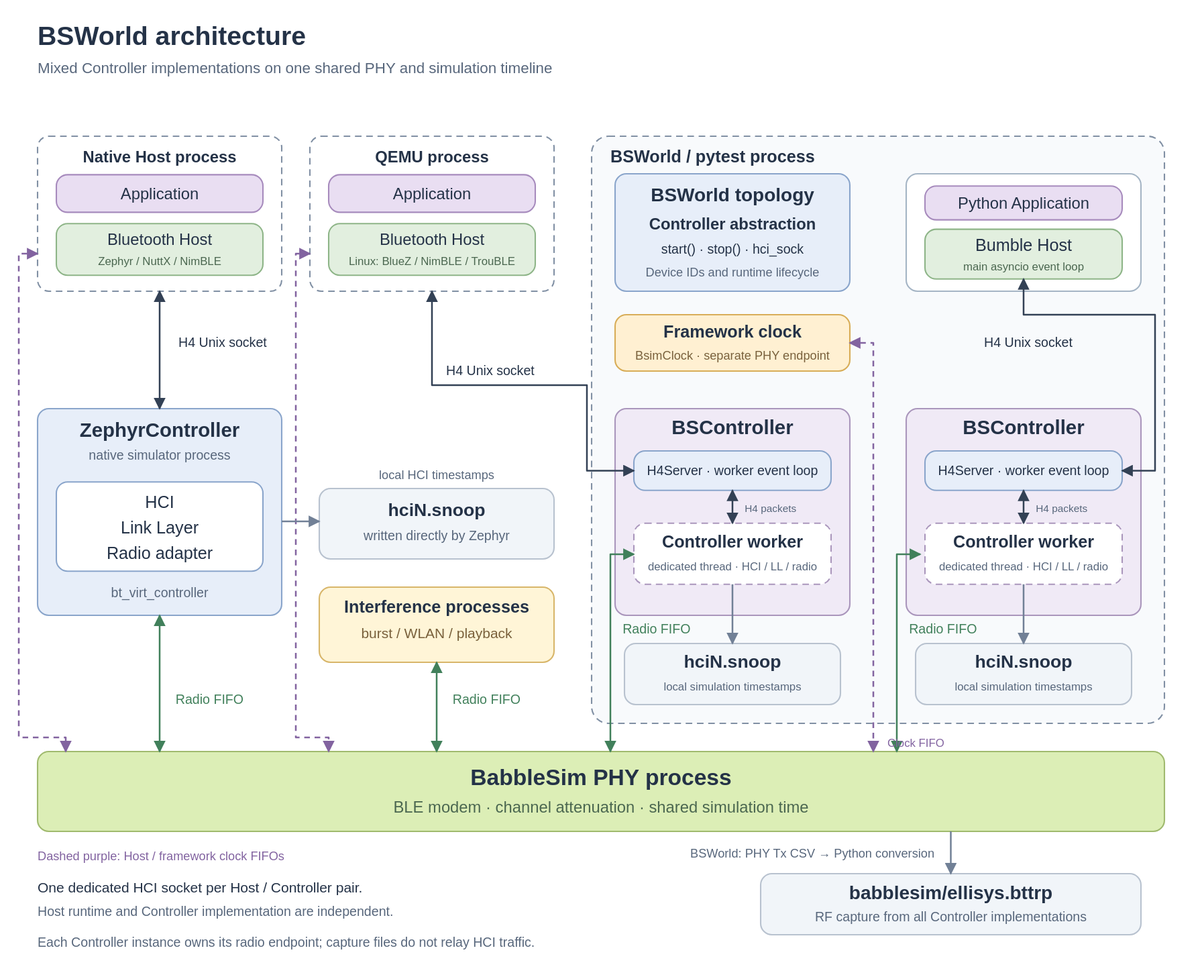
LingaoM/bsworld keeps this draw.io diagram as docs/images/babblesim_arch.svg. Above is the earlier version. Source tidied: cells renumbered, new cells last; positions are measured from the earlier drawing's top-left corner, leaving out a move shared by most shapes.
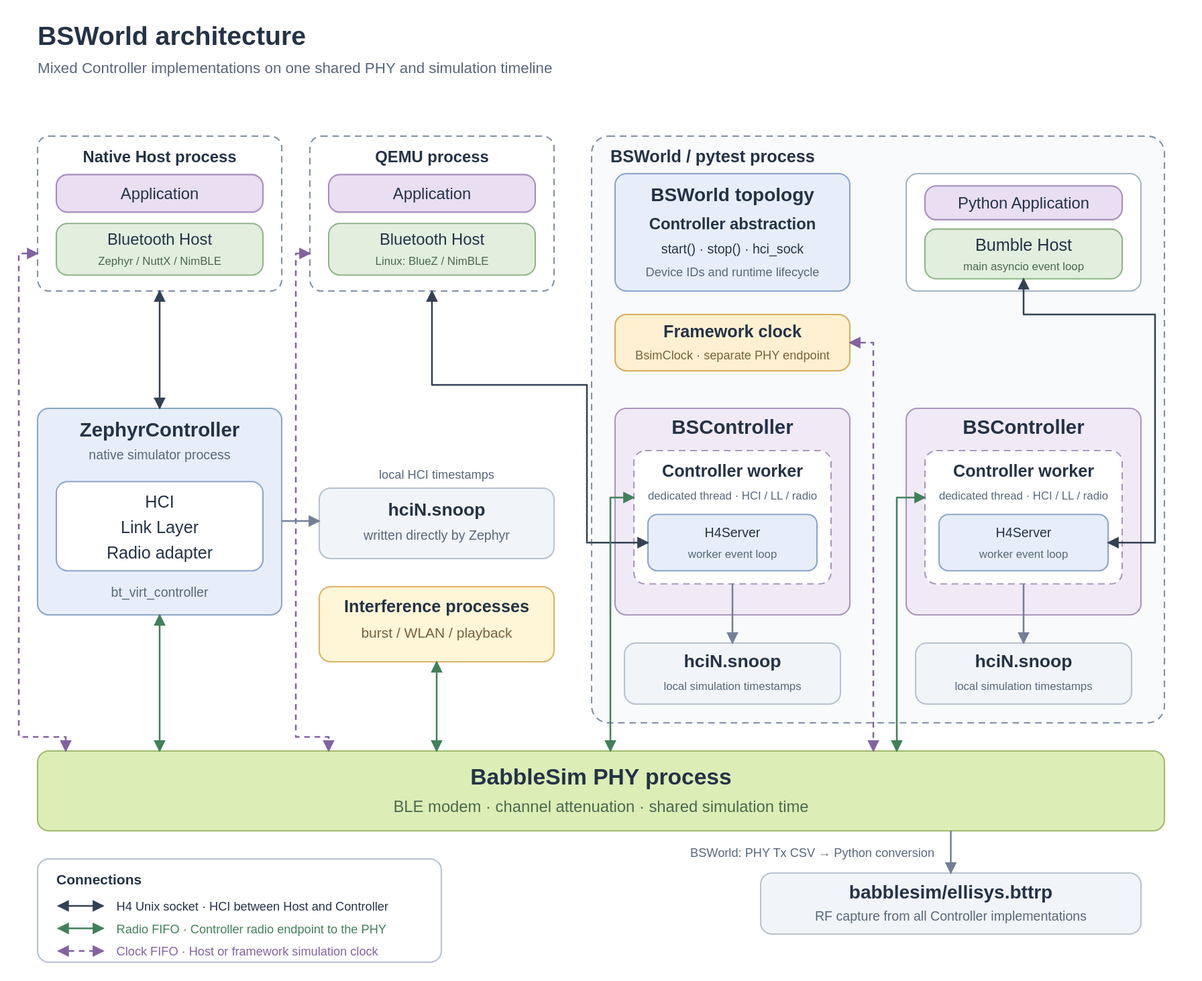
The same file after the commit.

What changed in the source:
```diff
@@ -3,7 +3,7 @@
     <mxCell id="0" />
     <mxCell id="1" parent="0" />
     <mxCell id="2" style="rounded=1;arcSize=12;whiteSpace=wrap;html=1;fillColor=#ffffff;strokeColor=none;strokeWidth=1.5;dashed=0;" parent="1" vertex="1">
-      <mxGeometry width="1280" height="1040" as="geometry" />
+      <mxGeometry width="1280" height="1045" as="geometry" />
     </mxCell>
     <mxCell id="3" value="BSWorld architecture" style="text;html=1;strokeColor=none;fillColor=none;align=left;verticalAlign=middle;fontFamily=Arial;fontSize=28;fontColor=#243247;fontStyle=1;" parent="1" vertex="1">
       <mxGeometry x="40" y="20" width="324.8" height="33" as="geometry" />
@@ -56,7 +56,7 @@
     <mxCell id="19" value="Bluetooth Host" style="text;html=1;strokeColor=none;fillColor=none;align=center;verticalAlign=middle;fontFamily=Arial;fontSize=17;fontColor=#243247;fontStyle=0;" parent="1" vertex="1">
       <mxGeometry x="391" y="244" width="138" height="22" as="geometry" />
     </mxCell>
-    <mxCell id="20" value="Linux: BlueZ / NimBLE / TrouBLE" style="text;html=1;strokeColor=none;fillColor=none;align=center;verticalAlign=middle;fontFamily=Arial;fontSize=12;fontColor=#4b6750;fontStyle=0;" parent="1" vertex="1">
+    <mxCell id="20" value="Linux: BlueZ / NimBLE" style="text;html=1;strokeColor=none;fillColor=none;align=center;verticalAlign=middle;fontFamily=Arial;fontSize=12;fontColor=#4b6750;fontStyle=0;" parent="1" vertex="1">
       <mxGeometry x="352.1" y="270" width="215.8" height="17" as="geometry" />
     </mxCell>
     <mxCell id="21" style="rounded=1;arcSize=12;whiteSpace=wrap;html=1;fillColor=#e7eef9;strokeColor=#8aa5cb;strokeWidth=1.5;dashed=0;" parent="1" vertex="1">
@@ -131,21 +131,24 @@
     <mxCell id="44" value="BSController" style="text;html=1;strokeColor=none;fillColor=none;align=center;verticalAlign=middle;fontFamily=Arial;fontSize=21;fontColor=#243247;fontStyle=1;" parent="1" vertex="1">
       <mxGeometry x="706.9" y="441" width="146.2" height="26" as="geometry" />
     </mxCell>
-    <mxCell id="45" style="rounded=1;arcSize=12;whiteSpace=wrap;html=1;fillColor=#e7eef9;strokeColor=#8aa5cb;strokeWidth=1.5;dashed=0;" parent="1" vertex="1">
-      <mxGeometry x="675" y="480" width="210" height="42" as="geometry" />
-    </mxCell>
-    <mxCell id="46" value="H4Server · worker event loop" style="text;html=1;strokeColor=none;fillColor=none;align=center;verticalAlign=middle;fontFamily=Arial;fontSize=14;fontColor=#243247;fontStyle=0;" parent="1" vertex="1">
-      <mxGeometry x="674.4" y="492" width="211.1" height="19" as="geometry" />
-    </mxCell>
     <mxCell id="47" style="rounded=1;arcSize=12;whiteSpace=wrap;html=1;fillColor=#ffffff;strokeColor=#aa96bc;strokeWidth=1.5;dashed=1;" parent="1" vertex="1">
-      <mxGeometry x="675" y="557" width="210" height="65" as="geometry" />
+      <mxGeometry x="675" y="480" width="210" height="142" as="geometry" />
     </mxCell>
     <mxCell id="48" value="Controller worker" style="text;html=1;strokeColor=none;fillColor=none;align=center;verticalAlign=middle;fontFamily=Arial;fontSize=18;fontColor=#243247;fontStyle=1;" parent="1" vertex="1">
-      <mxGeometry x="691.3" y="565" width="177.5" height="23" as="geometry" />
+      <mxGeometry x="691.3" y="497" width="177.5" height="23" as="geometry" />
     </mxCell>
     <mxCell id="49" value="dedicated thread · HCI / LL / radio" style="text;html=1;strokeColor=none;fillColor=none;align=center;verticalAlign=middle;fontFamily=Arial;fontSize=12;fontColor=#58677c;fontStyle=0;" parent="1" vertex="1">
-      <mxGeometry x="658.2" y="595" width="243.6" height="17" as="geometry" />
+      <mxGeometry x="658.2" y="521" width="243.6" height="17" as="geometry" />
     </mxCell>
+    <mxCell id="107" style="rounded=1;arcSize=12;whiteSpace=wrap;html=1;fillColor=#e7eef9;strokeColor=#8aa5cb;strokeWidth=1.5;dashed=0;" parent="1" vertex="1">
+      <mxGeometry x="690" y="548" width="180" height="60" as="geometry" />
+    </mxCell>
+    <mxCell id="108" value="H4Server" style="text;html=1;strokeColor=none;fillColor=none;align=center;verticalAlign=middle;fontFamily=Arial;fontSize=14;fontColor=#243247;fontStyle=0;" parent="1" vertex="1">
+      <mxGeometry x="690" y="562" width="180" height="19" as="geometry" />
+    </mxCell>
+    <mxCell id="109" value="worker event loop" style="text;html=1;strokeColor=none;fillColor=none;align=center;verticalAlign=middle;fontFamily=Arial;fontSize=12;fontColor=#58677c;fontStyle=0;" parent="1" vertex="1">
+      <mxGeometry x="690" y="584" width="180" height="17" as="geometry" />
+    </mxCell>
     <mxCell id="50" style="rounded=1;arcSize=12;whiteSpace=wrap;html=1;fillColor=#f1f5f9;strokeColor=#b8c2cf;strokeWidth=1.5;dashed=0;" parent="1" vertex="1">
       <mxGeometry x="665" y="685" width="230" height="65" as="geometry" />
     </mxCell>
@@ -161,21 +164,24 @@
     <mxCell id="54" value="BSController" style="text;html=1;strokeColor=none;fillColor=none;align=center;verticalAlign=middle;fontFamily=Arial;fontSize=21;fontColor=#243247;fontStyle=1;" parent="1" vertex="1">
       <mxGeometry x="1016.9" y="441" width="146.2" height="26" as="geometry" />
     </mxCell>
-    <mxCell id="55" style="rounded=1;arcSize=12;whiteSpace=wrap;html=1;fillColor=#e7eef9;strokeColor=#8aa5cb;strokeWidth=1.5;dashed=0;" parent="1" vertex="1">
-      <mxGeometry x="985" y="480" width="210" height="42" as="geometry" />
-    </mxCell>
-    <mxCell id="56" value="H4Server · worker event loop" style="text;html=1;strokeColor=none;fillColor=none;align=center;verticalAlign=middle;fontFamily=Arial;fontSize=14;fontColor=#243247;fontStyle=0;" parent="1" vertex="1">
-      <mxGeometry x="984.4" y="492" width="211.1" height="19" as="geometry" />
-    </mxCell>
     <mxCell id="57" style="rounded=1;arcSize=12;whiteSpace=wrap;html=1;fillColor=#ffffff;strokeColor=#aa96bc;strokeWidth=1.5;dashed=1;" parent="1" vertex="1">
-      <mxGeometry x="985" y="557" width="210" height="65" as="geometry" />
+      <mxGeometry x="985" y="480" width="210" height="142" as="geometry" />
     </mxCell>
     <mxCell id="58" value="Controller worker" style="text;html=1;strokeColor=none;fillColor=none;align=center;verticalAlign=middle;fontFamily=Arial;fontSize=18;fontColor=#243247;fontStyle=1;" parent="1" vertex="1">
-      <mxGeometry x="1001.3" y="565" width="177.5" height="23" as="geometry" />
+      <mxGeometry x="1001.3" y="497" width="177.5" height="23" as="geometry" />
     </mxCell>
     <mxCell id="59" value="dedicated thread · HCI / LL / radio" style="text;html=1;strokeColor=none;fillColor=none;align=center;verticalAlign=middle;fontFamily=Arial;fontSize=12;fontColor=#58677c;fontStyle=0;" parent="1" vertex="1">
-      <mxGeometry x="968.2" y="595" width="243.6" height="17" as="geometry" />
+      <mxGeometry x="968.2" y="521" width="243.6" height="17" as="geometry" />
     </mxCell>
+    <mxCell id="110" style="rounded=1;arcSize=12;whiteSpace=wrap;html=1;fillColor=#e7eef9;strokeColor=#8aa5cb;strokeWidth=1.5;dashed=0;" parent="1" vertex="1">
+      <mxGeometry x="1000" y="548" width="180" height="60" as="geometry" />
+    </mxCell>
+    <mxCell id="111" value="H4Server" style="text;html=1;strokeColor=none;fillColor=none;align=center;verticalAlign=middle;fontFamily=Arial;fontSize=14;fontColor=#243247;fontStyle=0;" parent="1" vertex="1">
+      <mxGeometry x="1000" y="562" width="180" height="19" as="geometry" />
+    </mxCell>
+    <mxCell id="112" value="worker event loop" style="text;html=1;strokeColor=none;fillColor=none;align=center;verticalAlign=middle;fontFamily=Arial;fontSize=12;fontColor=#58677c;fontStyle=0;" parent="1" vertex="1">
+      <mxGeometry x="1000" y="584" width="180" height="17" as="geometry" />
+    </mxCell>
     <mxCell id="60" style="rounded=1;arcSize=12;whiteSpace=wrap;html=1;fillColor=#f1f5f9;strokeColor=#b8c2cf;strokeWidth=1.5;dashed=0;" parent="1" vertex="1">
       <mxGeometry x="975" y="685" width="230" height="65" as="geometry" />
     </mxCell>
@@ -227,97 +233,58 @@
         <mxPoint x="170" y="435" as="targetPoint" />
       </mxGeometry>
     </mxCell>
-    <mxCell id="76" value="H4 Unix socket" style="text;html=1;strokeColor=none;fillColor=none;align=left;verticalAlign=middle;fontFamily=Arial;fontSize=14;fontColor=#243247;fontStyle=0;" parent="1" vertex="1">
-      <mxGeometry x="190" y="355" width="113.7" height="19" as="geometry" />
-    </mxCell>
     <mxCell id="77" style="edgeStyle=orthogonalEdgeStyle;rounded=0;html=1;strokeColor=#334155;strokeWidth=1.8;startArrow=classic;endArrow=classic;dashed=0;" parent="1" edge="1">
       <mxGeometry relative="1" as="geometry">
         <mxPoint x="460" y="310" as="sourcePoint" />
-        <mxPoint x="675" y="501" as="targetPoint" />
+        <mxPoint x="690" y="578" as="targetPoint" />
         <Array as="points">
           <mxPoint x="460" y="410" />
           <mxPoint x="625" y="410" />
-          <mxPoint x="625" y="501" />
+          <mxPoint x="625" y="578" />
         </Array>
       </mxGeometry>
     </mxCell>
-    <mxCell id="78" value="H4 Unix socket" style="text;html=1;strokeColor=none;fillColor=none;align=left;verticalAlign=middle;fontFamily=Arial;fontSize=14;fontColor=#243247;fontStyle=0;" parent="1" vertex="1">
-      <mxGeometry x="475" y="385" width="113.7" height="19" as="geometry" />
-    </mxCell>
     <mxCell id="79" style="edgeStyle=orthogonalEdgeStyle;rounded=0;html=1;strokeColor=#334155;strokeWidth=1.8;startArrow=classic;endArrow=classic;dashed=0;" parent="1" edge="1">
       <mxGeometry relative="1" as="geometry">
         <mxPoint x="1090" y="297" as="sourcePoint" />
-        <mxPoint x="1195" y="501" as="targetPoint" />
+        <mxPoint x="1180" y="578" as="targetPoint" />
         <Array as="points">
           <mxPoint x="1090" y="335" />
           <mxPoint x="1230" y="335" />
-          <mxPoint x="1230" y="501" />
+          <mxPoint x="1230" y="578" />
         </Array>
       </mxGeometry>
     </mxCell>
-    <mxCell id="80" value="H4 Unix socket" style="text;html=1;strokeColor=none;fillColor=none;align=center;verticalAlign=middle;fontFamily=Arial;fontSize=14;fontColor=#243247;fontStyle=0;" parent="1" vertex="1">
-      <mxGeometry x="1038.2" y="355" width="113.7" height="19" as="geometry" />
-    </mxCell>
-    <mxCell id="81" style="edgeStyle=orthogonalEdgeStyle;rounded=0;html=1;strokeColor=#334155;strokeWidth=1.8;startArrow=classic;endArrow=classic;dashed=0;" parent="1" edge="1">
-      <mxGeometry relative="1" as="geometry">
-        <mxPoint x="780" y="522" as="sourcePoint" />
-        <mxPoint x="780" y="557" as="targetPoint" />
-      </mxGeometry>
-    </mxCell>
-    <mxCell id="82" value="H4 packets" style="text;html=1;strokeColor=none;fillColor=none;align=left;verticalAlign=middle;fontFamily=Arial;fontSize=11;fontColor=#58677c;fontStyle=0;" parent="1" vertex="1">
-      <mxGeometry x="793" y="534" width="63.8" height="16" as="geometry" />
-    </mxCell>
-    <mxCell id="83" style="edgeStyle=orthogonalEdgeStyle;rounded=0;html=1;strokeColor=#334155;strokeWidth=1.8;startArrow=classic;endArrow=classic;dashed=0;" parent="1" edge="1">
-      <mxGeometry relative="1" as="geometry">
-        <mxPoint x="1090" y="522" as="sourcePoint" />
-        <mxPoint x="1090" y="557" as="targetPoint" />
-      </mxGeometry>
-    </mxCell>
-    <mxCell id="84" value="H4 packets" style="text;html=1;strokeColor=none;fillColor=none;align=left;verticalAlign=middle;fontFamily=Arial;fontSize=11;fontColor=#58677c;fontStyle=0;" parent="1" vertex="1">
-      <mxGeometry x="1103" y="534" width="63.8" height="16" as="geometry" />
-    </mxCell>
     <mxCell id="85" style="edgeStyle=orthogonalEdgeStyle;rounded=0;html=1;strokeColor=#41805b;strokeWidth=1.8;startArrow=classic;endArrow=classic;dashed=0;" parent="1" edge="1">
       <mxGeometry relative="1" as="geometry">
         <mxPoint x="170" y="655" as="sourcePoint" />
         <mxPoint x="170" y="800" as="targetPoint" />
       </mxGeometry>
     </mxCell>
-    <mxCell id="86" value="Radio FIFO" style="text;html=1;strokeColor=none;fillColor=none;align=left;verticalAlign=middle;fontFamily=Arial;fontSize=14;fontColor=#41805b;fontStyle=0;" parent="1" vertex="1">
-      <mxGeometry x="187" y="735" width="81.2" height="19" as="geometry" />
-    </mxCell>
     <mxCell id="87" style="edgeStyle=orthogonalEdgeStyle;rounded=0;html=1;strokeColor=#41805b;strokeWidth=1.8;startArrow=classic;endArrow=classic;dashed=0;" parent="1" edge="1">
       <mxGeometry relative="1" as="geometry">
-        <mxPoint x="675" y="590" as="sourcePoint" />
+        <mxPoint x="675" y="530" as="sourcePoint" />
         <mxPoint x="650" y="800" as="targetPoint" />
         <Array as="points">
-          <mxPoint x="650" y="590" />
+          <mxPoint x="650" y="530" />
         </Array>
       </mxGeometry>
     </mxCell>
-    <mxCell id="88" value="Radio FIFO" style="text;html=1;strokeColor=none;fillColor=none;align=left;verticalAlign=middle;fontFamily=Arial;fontSize=14;fontColor=#41805b;fontStyle=0;" parent="1" vertex="1">
-      <mxGeometry x="663" y="660" width="81.2" height="19" as="geometry" />
-    </mxCell>
     <mxCell id="89" style="edgeStyle=orthogonalEdgeStyle;rounded=0;html=1;strokeColor=#41805b;strokeWidth=1.8;startArrow=classic;endArrow=classic;dashed=0;" parent="1" edge="1">
       <mxGeometry relative="1" as="geometry">
-        <mxPoint x="980" y="590" as="sourcePoint" />
+        <mxPoint x="985" y="530" as="sourcePoint" />
         <mxPoint x="955" y="800" as="targetPoint" />
         <Array as="points">
-          <mxPoint x="955" y="590" />
+          <mxPoint x="955" y="530" />
         </Array>
       </mxGeometry>
     </mxCell>
-    <mxCell id="90" value="Radio FIFO" style="text;html=1;strokeColor=none;fillColor=none;align=left;verticalAlign=middle;fontFamily=Arial;fontSize=14;fontColor=#41805b;fontStyle=0;" parent="1" vertex="1">
-      <mxGeometry x="968" y="660" width="81.2" height="19" as="geometry" />
-    </mxCell>
     <mxCell id="91" style="edgeStyle=orthogonalEdgeStyle;rounded=0;html=1;strokeColor=#41805b;strokeWidth=1.8;startArrow=classic;endArrow=classic;dashed=0;" parent="1" edge="1">
       <mxGeometry relative="1" as="geometry">
         <mxPoint x="465" y="705" as="sourcePoint" />
         <mxPoint x="465" y="800" as="targetPoint" />
       </mxGeometry>
     </mxCell>
-    <mxCell id="92" value="Radio FIFO" style="text;html=1;strokeColor=none;fillColor=none;align=left;verticalAlign=middle;fontFamily=Arial;fontSize=14;fontColor=#41805b;fontStyle=0;" parent="1" vertex="1">
-      <mxGeometry x="482" y="735" width="81.2" height="19" as="geometry" />
-    </mxCell>
     <mxCell id="93" style="edgeStyle=orthogonalEdgeStyle;rounded=0;html=1;strokeColor=#8263a0;strokeWidth=1.8;startArrow=classic;endArrow=classic;dashed=1;" parent="1" edge="1">
       <mxGeometry relative="1" as="geometry">
         <mxPoint x="905" y="365" as="sourcePoint" />
@@ -327,9 +294,6 @@
         </Array>
       </mxGeometry>
     </mxCell>
-    <mxCell id="94" value="Clock FIFO" style="text;html=1;strokeColor=none;fillColor=none;align=left;verticalAlign=middle;fontFamily=Arial;fontSize=12;fontColor=#8263a0;fontStyle=0;" parent="1" vertex="1">
-      <mxGeometry x="945" y="783" width="69.6" height="17" as="geometry" />
-    </mxCell>
     <mxCell id="95" style="edgeStyle=orthogonalEdgeStyle;rounded=0;html=1;strokeColor=#8263a0;strokeWidth=1.8;startArrow=classic;endArrow=classic;dashed=1;" parent="1" edge="1">
       <mxGeometry relative="1" as="geometry">
         <mxPoint x="40" y="270" as="sourcePoint" />
@@ -352,9 +316,6 @@
         </Array>
       </mxGeometry>
     </mxCell>
-    <mxCell id="97" value="Dashed purple: Host / framework clock FIFOs" style="text;html=1;strokeColor=none;fillColor=none;align=left;verticalAlign=middle;fontFamily=Arial;fontSize=13;fontColor=#8263a0;fontStyle=0;" parent="1" vertex="1">
-      <mxGeometry x="40" y="903" width="324.2" height="18" as="geometry" />
-    </mxCell>
     <mxCell id="98" style="edgeStyle=orthogonalEdgeStyle;rounded=0;html=1;strokeColor=#718096;strokeWidth=1.8;startArrow=none;endArrow=classic;dashed=0;" parent="1" edge="1">
       <mxGeometry relative="1" as="geometry">
         <mxPoint x="780" y="622" as="sourcePoint" />
@@ -385,14 +346,38 @@
     <mxCell id="103" value="BSWorld: PHY Tx CSV → Python conversion" style="text;html=1;strokeColor=none;fillColor=none;align=right;verticalAlign=middle;fontFamily=Arial;fontSize=13;fontColor=#58677c;fontStyle=0;" parent="1" vertex="1">
       <mxGeometry x="700.9" y="900" width="294.1" height="18" as="geometry" />
     </mxCell>
-    <mxCell id="104" value="One dedicated HCI socket per Host / Controller pair." style="text;html=1;strokeColor=none;fillColor=none;align=left;verticalAlign=middle;fontFamily=Arial;fontSize=15;fontColor=#243247;fontStyle=0;" parent="1" vertex="1">
-      <mxGeometry x="40" y="935" width="452.4" height="20" as="geometry" />
-    </mxCell>
-    <mxCell id="105" value="Host runtime and Controller implementation are independent." style="text;html=1;strokeColor=none;fillColor=none;align=left;verticalAlign=middle;fontFamily=Arial;fontSize=14;fontColor=#58677c;fontStyle=0;" parent="1" vertex="1">
-      <mxGeometry x="40" y="961" width="479.1" height="19" as="geometry" />
-    </mxCell>
-    <mxCell id="106" value="Each Controller instance owns its radio endpoint; capture files do not relay HCI traffic." style="text;html=1;strokeColor=none;fillColor=none;align=left;verticalAlign=middle;fontFamily=Arial;fontSize=14;fontColor=#58677c;fontStyle=0;" parent="1" vertex="1">
-      <mxGeometry x="40" y="994" width="722.7" height="19" as="geometry" />
-    </mxCell>
+    <mxCell id="113" style="rounded=1;arcSize=12;whiteSpace=wrap;html=1;fillColor=#ffffff;strokeColor=#b8c2cf;strokeWidth=1.5;dashed=0;" parent="1" vertex="1">
+      <mxGeometry x="40" y="915" width="430" height="110" as="geometry" />
+    </mxCell>
+    <mxCell id="114" value="Connections" style="text;html=1;strokeColor=none;fillColor=none;align=left;verticalAlign=middle;fontFamily=Arial;fontSize=15;fontColor=#243247;fontStyle=1;" parent="1" vertex="1">
+      <mxGeometry x="60" y="932" width="120" height="20" as="geometry" />
+    </mxCell>
+    <mxCell id="115" style="edgeStyle=orthogonalEdgeStyle;rounded=0;html=1;strokeColor=#334155;strokeWidth=1.8;startArrow=classic;endArrow=classic;dashed=0;" parent="1" edge="1">
+      <mxGeometry relative="1" as="geometry">
+        <mxPoint x="62" y="965" as="sourcePoint" />
+        <mxPoint x="110" y="965" as="targetPoint" />
+      </mxGeometry>
+    </mxCell>
+    <mxCell id="116" value="H4 Unix socket · HCI between Host and Controller" style="text;html=1;strokeColor=none;fillColor=none;align=left;verticalAlign=middle;fontFamily=Arial;fontSize=13;fontColor=#334155;fontStyle=0;" parent="1" vertex="1">
+      <mxGeometry x="124" y="956" width="330" height="18" as="geometry" />
+    </mxCell>
+    <mxCell id="117" style="edgeStyle=orthogonalEdgeStyle;rounded=0;html=1;strokeColor=#41805b;strokeWidth=1.8;startArrow=classic;endArrow=classic;dashed=0;" parent="1" edge="1">
+      <mxGeometry relative="1" as="geometry">
+        <mxPoint x="62" y="989" as="sourcePoint" />
+        <mxPoint x="110" y="989" as="targetPoint" />
+      </mxGeometry>
+    </mxCell>
+    <mxCell id="118" value="Radio FIFO · Controller radio endpoint to the PHY" style="text;html=1;strokeColor=none;fillColor=none;align=left;verticalAlign=middle;fontFamily=Arial;fontSize=13;fontColor=#41805b;fontStyle=0;" parent="1" vertex="1">
+      <mxGeometry x="124" y="980" width="330" height="18" as="geometry" />
+    </mxCell>
+    <mxCell id="119" style="edgeStyle=orthogonalEdgeStyle;rounded=0;html=1;strokeColor=#8263a0;strokeWidth=1.8;startArrow=classic;endArrow=classic;dashed=1;" parent="1" edge="1">
+      <mxGeometry relative="1" as="geometry">
+        <mxPoint x="62" y="1013" as="sourcePoint" />
+        <mxPoint x="110" y="1013" as="targetPoint" />
+      </mxGeometry>
+    </mxCell>
+    <mxCell id="120" value="Clock FIFO · Host or framework simulation clock" style="text;html=1;strokeColor=none;fillColor=none;align=left;verticalAlign=middle;fontFamily=Arial;fontSize=13;fontColor=#8263a0;fontStyle=0;" parent="1" vertex="1">
+      <mxGeometry x="124" y="1004" width="330" height="18" as="geometry" />
+    </mxCell>
   </root>
 </mxGraphModel>
```
